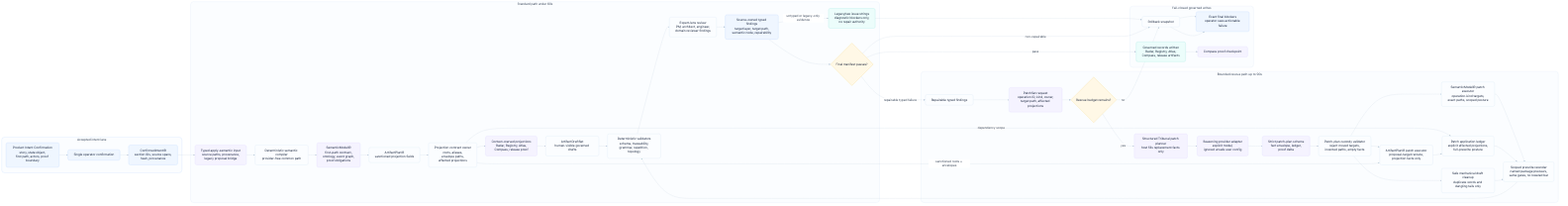
The Mermaid diagram odylith/atlas/source/domain-intelligence-greenfield-governance.png in odylith/odylith, before a commit. Its source is kept beside it as odylith/atlas/source/domain-intelligence-greenfield-governance.mmd.
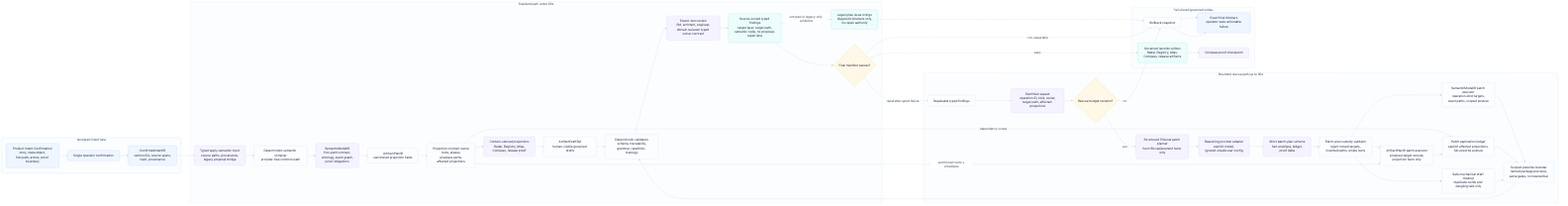
After the commit.

What changed in the source:
```diff
@@ -16,8 +16,8 @@
       projections["Context-starved projections<br/>Radar, Registry, Atlas,<br/>Compass, release proof"]
       draft_set["ArtifactDraftSet<br/>human-visible governed drafts"]
       validators["Deterministic validators<br/>schema, traceability,<br/>grammar, repetition, topology"]
-      expert_lenses["Expert-lens review<br/>PM, architect, engineer,<br/>domain reviewer findings"]
-      typed_findings["Source-owned typed findings<br/>target layer, target path,<br/>semantic node, repairability"]
+      expert_lenses["Expert-lens review<br/>PM, architect, engineer,<br/>domain reviewer typed owner contract"]
+      typed_findings["Source-owned typed findings<br/>target layer, target path,<br/>semantic node, no proposal-repair lane"]
       legacy_blockers["Legacy/raw issue strings<br/>diagnostic blockers only,<br/>no repair authority"]
       final_manifest{"Final manifest passes?"}
     end
```
